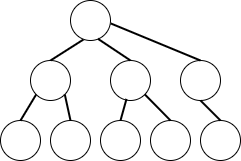
Earlier version of the draw.io export my_manual/db_index_guidelines/02_b_tree_index_equilibrium_tree.png (dodonki1223/image_garage). Source tidied: cells renumbered, new cells last; positions are measured from the earlier drawing's top-left corner, leaving out a move shared by most shapes.
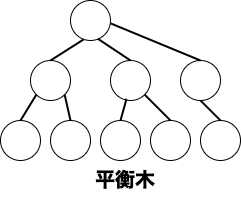
After the commit.

Commit message:
change b_tree_index_equilibrium_tree

Change to the diagram source:
```diff
@@ -61,5 +61,8 @@
         <mxPoint x="200" y="60" as="sourcePoint" />
       </mxGeometry>
     </mxCell>
+    <mxCell id="21" value="平衡木" style="text;html=1;strokeColor=none;fillColor=none;align=center;verticalAlign=middle;whiteSpace=wrap;rounded=0;fontStyle=1;fontSize=20;" parent="1" vertex="1">
+      <mxGeometry x="10" y="160" width="230" height="40" as="geometry" />
+    </mxCell>
   </root>
 </mxGraphModel>
```
